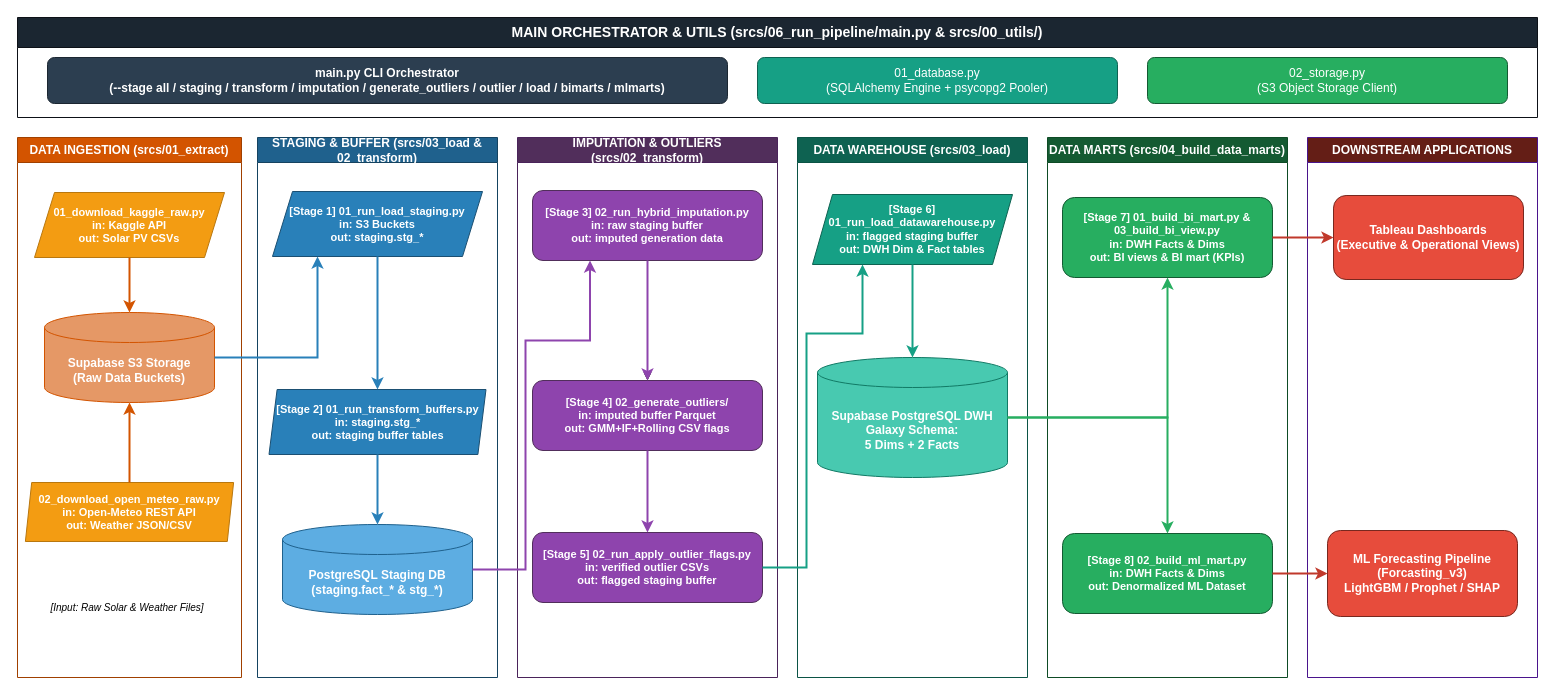
The draw.io diagram reports/diagrams/code_execution_pipeline.drawio in nguyenvunhut/solar-engergy, before the edit. Source tidied: cells renumbered, new cells numbered last; positions are measured from the earlier drawing's top-left corner, leaving out a move shared by most shapes. Both pictures are drawn from the tidied source at 100%, with x=0, y=0 at pixel (17, 17).
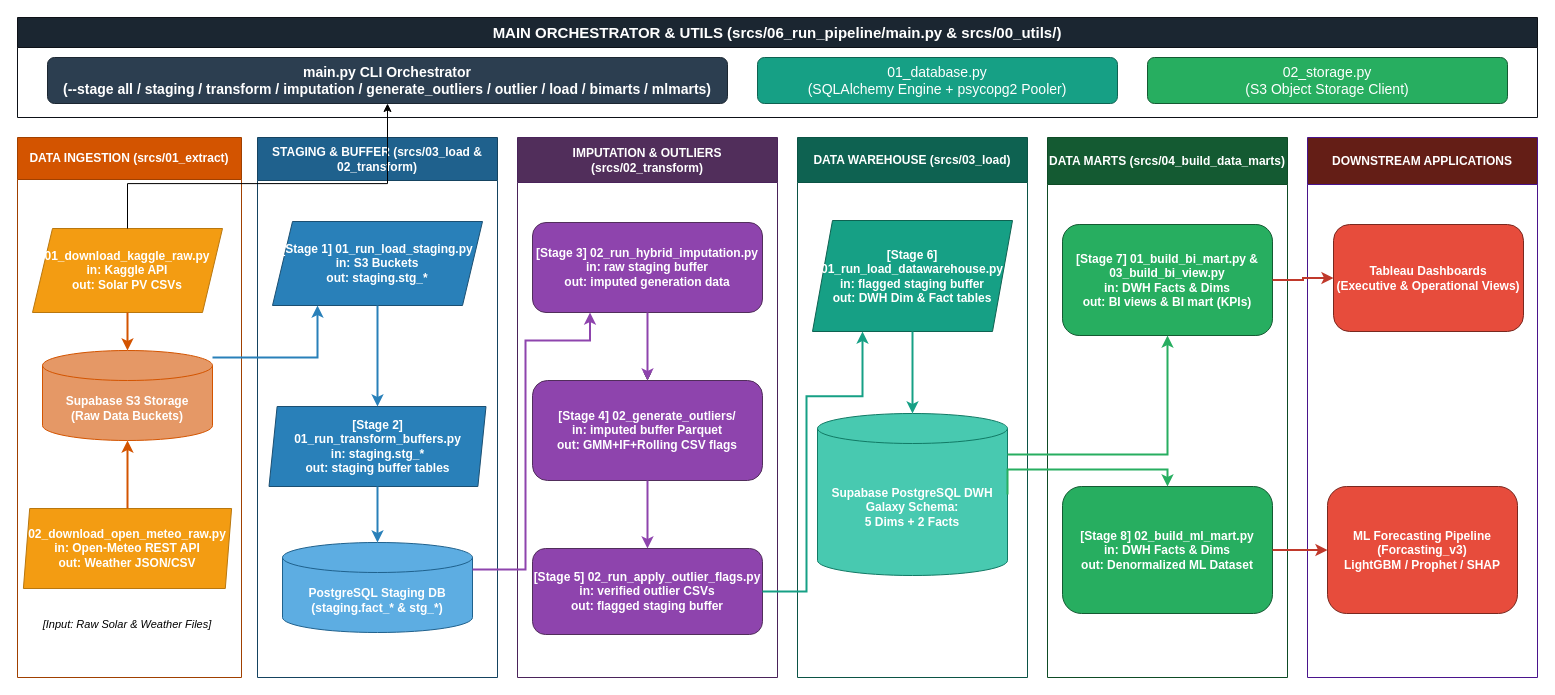
The same diagram, later.

Diff of the diagram source:
```diff
@@
-    <mxCell id="2" value="MAIN ORCHESTRATOR &amp; UTILS (srcs/06_run_pipeline/main.py &amp; srcs/00_utils/)" style="swimlane;whiteSpace=wrap;html=1;startSize=30;fillColor=#1B2631;strokeColor=#0D1117;fontColor=#ffffff;fontStyle=1;fontSize=14;" parent="1" vertex="1">
+    <mxCell id="2" value="&lt;font style=&quot;font-size: 15px;&quot;&gt;MAIN ORCHESTRATOR &amp;amp; UTILS (srcs/06_run_pipeline/main.py &amp;amp; srcs/00_utils/)&lt;/font&gt;" style="swimlane;whiteSpace=wrap;html=1;startSize=30;fillColor=#1B2631;strokeColor=#0D1117;fontColor=#ffffff;fontStyle=1;fontSize=14;" parent="1" vertex="1">
       <mxGeometry width="1520" height="100" as="geometry" />
     </mxCell>
-    <mxCell id="3" value="main.py CLI Orchestrator&#10;(--stage all / staging / transform / imputation / generate_outliers / outlier / load / bimarts / mlmarts)" style="rounded=1;whiteSpace=wrap;html=1;fillColor=#2C3E50;strokeColor=#1B2631;fontColor=#ffffff;fontStyle=1;fontSize=12;" parent="2" vertex="1">
+    <mxCell id="3" value="&lt;font style=&quot;font-size: 14px;&quot;&gt;main.py CLI Orchestrator&lt;br&gt;(--stage all / staging / transform / imputation / generate_outliers / outlier / load / bimarts / mlmarts)&lt;/font&gt;" style="rounded=1;whiteSpace=wrap;html=1;fillColor=#2C3E50;strokeColor=#1B2631;fontColor=#ffffff;fontStyle=1;fontSize=12;" parent="2" vertex="1">
       <mxGeometry x="30" y="40" width="680" height="46" as="geometry" />
     </mxCell>
-    <mxCell id="4" value="01_database.py&#10;(SQLAlchemy Engine + psycopg2 Pooler)" style="rounded=1;whiteSpace=wrap;html=1;fillColor=#16A085;strokeColor=#0E6251;fontColor=#ffffff;fontSize=12;" parent="2" vertex="1">
+    <mxCell id="4" value="&lt;font style=&quot;font-size: 14px;&quot;&gt;01_database.py&lt;br&gt;(SQLAlchemy Engine + psycopg2 Pooler)&lt;/font&gt;" style="rounded=1;whiteSpace=wrap;html=1;fillColor=#16A085;strokeColor=#0E6251;fontColor=#ffffff;fontSize=12;" parent="2" vertex="1">
       <mxGeometry x="740" y="40" width="360" height="46" as="geometry" />
     </mxCell>
-    <mxCell id="5" value="02_storage.py&#10;(S3 Object Storage Client)" style="rounded=1;whiteSpace=wrap;html=1;fillColor=#27AE60;strokeColor=#145A32;fontColor=#ffffff;fontSize=12;" parent="2" vertex="1">
+    <mxCell id="5" value="&lt;font style=&quot;font-size: 14px;&quot;&gt;02_storage.py&lt;br&gt;(S3 Object Storage Client)&lt;/font&gt;" style="rounded=1;whiteSpace=wrap;html=1;fillColor=#27AE60;strokeColor=#145A32;fontColor=#ffffff;fontSize=12;" parent="2" vertex="1">
       <mxGeometry x="1130" y="40" width="360" height="46" as="geometry" />
     </mxCell>
-    <mxCell id="6" value="DATA INGESTION (srcs/01_extract)" style="swimlane;whiteSpace=wrap;html=1;startSize=25;fillColor=#D35400;strokeColor=#A04000;fontColor=#ffffff;fontStyle=1;fontSize=12;" parent="1" vertex="1">
+    <mxCell id="6" value="DATA INGESTION (srcs/01_extract)" style="swimlane;whiteSpace=wrap;html=1;startSize=42;fillColor=#D35400;strokeColor=#A04000;fontColor=#ffffff;fontStyle=1;fontSize=12;" parent="1" vertex="1">
       <mxGeometry y="120" width="224" height="540" as="geometry" />
     </mxCell>
-    <mxCell id="7" value="01_download_kaggle_raw.py&#10;in: Kaggle API&#10;out: Solar PV CSVs" style="shape=parallelogram;perimeter=parallelogramPerimeter;whiteSpace=wrap;html=1;fixedSize=1;fillColor=#F39C12;strokeColor=#B9770E;fontColor=#ffffff;fontSize=11;fontStyle=1;" parent="6" vertex="1">
-      <mxGeometry x="17" y="55" width="190" height="65" as="geometry" />
+    <mxCell id="7" value="&lt;font style=&quot;font-size: 12px;&quot;&gt;01_download_kaggle_raw.py&lt;br&gt;in: Kaggle API&lt;br&gt;out: Solar PV CSVs&lt;/font&gt;" style="shape=parallelogram;perimeter=parallelogramPerimeter;whiteSpace=wrap;html=1;fixedSize=1;fillColor=#F39C12;strokeColor=#B9770E;fontColor=#ffffff;fontSize=11;fontStyle=1;" parent="6" vertex="1">
+      <mxGeometry x="15" y="91" width="190" height="84" as="geometry" />
     </mxCell>
-    <mxCell id="8" value="02_download_open_meteo_raw.py&#10;in: Open-Meteo REST API&#10;out: Weather JSON/CSV" style="shape=parallelogram;perimeter=parallelogramPerimeter;whiteSpace=wrap;html=1;fixedSize=1;fillColor=#F39C12;strokeColor=#B9770E;fontColor=#ffffff;fontSize=11;fontStyle=1;size=6.3011246744791976;" parent="6" vertex="1">
-      <mxGeometry x="7.9" y="345" width="208.2" height="59" as="geometry" />
+    <mxCell id="8" value="&lt;font style=&quot;font-size: 12px;&quot;&gt;02_download_open_meteo_raw.py&lt;br&gt;in: Open-Meteo REST API&lt;br&gt;out: Weather JSON/CSV&lt;/font&gt;" style="shape=parallelogram;perimeter=parallelogramPerimeter;whiteSpace=wrap;html=1;fixedSize=1;fillColor=#F39C12;strokeColor=#B9770E;fontColor=#ffffff;fontSize=11;fontStyle=1;size=6.3011246744791976;" parent="6" vertex="1">
+      <mxGeometry x="5.9" y="371" width="208.2" height="80" as="geometry" />
     </mxCell>
     <mxCell id="9" value="Supabase S3 Storage&#10;(Raw Data Buckets)" style="shape=cylinder3;whiteSpace=wrap;html=1;boundedLbl=1;backgroundOutline=1;size=15;fillColor=#E59866;strokeColor=#D35400;fontColor=#ffffff;fontStyle=1;fontSize=12;" parent="6" vertex="1">
-      <mxGeometry x="27" y="175" width="170" height="90" as="geometry" />
+      <mxGeometry x="25" y="213" width="170" height="90" as="geometry" />
     </mxCell>
-    <mxCell id="10" value="[Input: Raw Solar &amp;amp; Weather Files]" style="text;html=1;strokeColor=none;fillColor=none;align=center;verticalAlign=middle;whiteSpace=wrap;rounded=0;fontColor=#000000;fontSize=10;fontStyle=2;" parent="6" vertex="1">
-      <mxGeometry x="20" y="460" width="180" height="20" as="geometry" />
+    <mxCell id="10" value="&lt;font style=&quot;font-size: 11px;&quot;&gt;[Input: Raw Solar &amp;amp; Weather Files]&lt;/font&gt;" style="text;html=1;strokeColor=none;fillColor=none;align=center;verticalAlign=middle;whiteSpace=wrap;rounded=0;fontColor=#000000;fontSize=10;fontStyle=2;" parent="6" vertex="1">
+      <mxGeometry x="20" y="477" width="180" height="20" as="geometry" />
     </mxCell>
@@
-    <mxCell id="13" value="STAGING &amp; BUFFER (srcs/03_load &amp; 02_transform)" style="swimlane;whiteSpace=wrap;html=1;startSize=25;fillColor=#1F618D;strokeColor=#154360;fontColor=#ffffff;fontStyle=1;fontSize=12;" parent="1" vertex="1">
+    <mxCell id="13" value="STAGING &amp; BUFFER (srcs/03_load &amp; 02_transform)" style="swimlane;whiteSpace=wrap;html=1;startSize=43;fillColor=#1F618D;strokeColor=#154360;fontColor=#ffffff;fontStyle=1;fontSize=12;" parent="1" vertex="1">
       <mxGeometry x="240" y="120" width="240" height="540" as="geometry" />
     </mxCell>
-    <mxCell id="14" value="[Stage 1] 01_run_load_staging.py&#10;in: S3 Buckets&#10;out: staging.stg_*" style="shape=parallelogram;perimeter=parallelogramPerimeter;whiteSpace=wrap;html=1;fixedSize=1;fillColor=#2980B9;strokeColor=#1B4F72;fontColor=#ffffff;fontSize=11;fontStyle=1;" parent="13" vertex="1">
-      <mxGeometry x="15" y="54" width="210" height="65" as="geometry" />
+    <mxCell id="14" value="&lt;font style=&quot;font-size: 12px;&quot;&gt;[Stage 1] 01_run_load_staging.py&lt;br&gt;in: S3 Buckets&lt;br&gt;out: staging.stg_*&lt;/font&gt;" style="shape=parallelogram;perimeter=parallelogramPerimeter;whiteSpace=wrap;html=1;fixedSize=1;fillColor=#2980B9;strokeColor=#1B4F72;fontColor=#ffffff;fontSize=11;fontStyle=1;" parent="13" vertex="1">
+      <mxGeometry x="15" y="84" width="210" height="84" as="geometry" />
     </mxCell>
-    <mxCell id="15" value="[Stage 2] 01_run_transform_buffers.py&#10;in: staging.stg_*&#10;out: staging buffer tables" style="shape=parallelogram;perimeter=parallelogramPerimeter;whiteSpace=wrap;html=1;fixedSize=1;fillColor=#2980B9;strokeColor=#1B4F72;fontColor=#ffffff;fontSize=11;fontStyle=1;size=8.111104329426894;" parent="13" vertex="1">
-      <mxGeometry x="11.5" y="252" width="217" height="65" as="geometry" />
+    <mxCell id="15" value="&lt;font style=&quot;font-size: 12px;&quot;&gt;[Stage 2] 01_run_transform_buffers.py&lt;br&gt;in: staging.stg_*&lt;br&gt;out: staging buffer tables&lt;/font&gt;" style="shape=parallelogram;perimeter=parallelogramPerimeter;whiteSpace=wrap;html=1;fixedSize=1;fillColor=#2980B9;strokeColor=#1B4F72;fontColor=#ffffff;fontSize=11;fontStyle=1;size=8.111104329426894;" parent="13" vertex="1">
+      <mxGeometry x="11.5" y="269" width="217" height="80" as="geometry" />
     </mxCell>
     <mxCell id="16" value="PostgreSQL Staging DB&#10;(staging.fact_* &amp; stg_*)" style="shape=cylinder3;whiteSpace=wrap;html=1;boundedLbl=1;backgroundOutline=1;size=15;fillColor=#5DADE2;strokeColor=#1F618D;fontColor=#ffffff;fontStyle=1;fontSize=12;" parent="13" vertex="1">
-      <mxGeometry x="25" y="387" width="190" height="90" as="geometry" />
+      <mxGeometry x="25" y="405" width="190" height="90" as="geometry" />
     </mxCell>
@@
-    <mxCell id="19" value="IMPUTATION &amp; OUTLIERS (srcs/02_transform)" style="swimlane;whiteSpace=wrap;html=1;startSize=25;fillColor=#512E5B;strokeColor=#4A235A;fontColor=#ffffff;fontStyle=1;fontSize=12;" parent="1" vertex="1">
+    <mxCell id="19" value="IMPUTATION &amp; OUTLIERS (srcs/02_transform)" style="swimlane;whiteSpace=wrap;html=1;startSize=45;fillColor=#512E5B;strokeColor=#4A235A;fontColor=#ffffff;fontStyle=1;fontSize=12;" parent="1" vertex="1">
       <mxGeometry x="500" y="120" width="260" height="540" as="geometry" />
     </mxCell>
@@
-    <mxCell id="21" value="[Stage 3] 02_run_hybrid_imputation.py&#10;in: raw staging buffer&#10;out: imputed generation data" style="rounded=1;whiteSpace=wrap;html=1;fillColor=#8E44AD;strokeColor=#512E5B;fontColor=#ffffff;fontSize=11;fontStyle=1;" parent="19" vertex="1">
-      <mxGeometry x="15" y="53" width="230" height="70" as="geometry" />
+    <mxCell id="21" value="&lt;font style=&quot;font-size: 12px;&quot;&gt;[Stage 3] 02_run_hybrid_imputation.py&lt;br&gt;in: raw staging buffer&lt;br&gt;out: imputed generation data&lt;/font&gt;" style="rounded=1;whiteSpace=wrap;html=1;fillColor=#8E44AD;strokeColor=#512E5B;fontColor=#ffffff;fontSize=11;fontStyle=1;" parent="19" vertex="1">
+      <mxGeometry x="15" y="85" width="230" height="90" as="geometry" />
     </mxCell>
-    <mxCell id="22" value="[Stage 4] 02_generate_outliers/&#10;in: imputed buffer Parquet&#10;out: GMM+IF+Rolling CSV flags" style="rounded=1;whiteSpace=wrap;html=1;fillColor=#8E44AD;strokeColor=#512E5B;fontColor=#ffffff;fontSize=11;fontStyle=1;" parent="19" vertex="1">
-      <mxGeometry x="15" y="243" width="230" height="70" as="geometry" />
+    <mxCell id="22" value="&lt;font style=&quot;font-size: 12px;&quot;&gt;[Stage 4] 02_generate_outliers/&lt;br&gt;in: imputed buffer Parquet&lt;br&gt;out: GMM+IF+Rolling CSV flags&lt;/font&gt;" style="rounded=1;whiteSpace=wrap;html=1;fillColor=#8E44AD;strokeColor=#512E5B;fontColor=#ffffff;fontSize=11;fontStyle=1;" parent="19" vertex="1">
+      <mxGeometry x="15" y="243" width="230" height="100" as="geometry" />
     </mxCell>
-    <mxCell id="23" value="[Stage 5] 02_run_apply_outlier_flags.py&#10;in: verified outlier CSVs&#10;out: flagged staging buffer" style="rounded=1;whiteSpace=wrap;html=1;fillColor=#8E44AD;strokeColor=#512E5B;fontColor=#ffffff;fontSize=11;fontStyle=1;" parent="19" vertex="1">
-      <mxGeometry x="15" y="395" width="230" height="70" as="geometry" />
+    <mxCell id="23" value="&lt;font style=&quot;font-size: 12px;&quot;&gt;[Stage 5] 02_run_apply_outlier_flags.py&lt;br&gt;in: verified outlier CSVs&lt;br&gt;out: flagged staging buffer&lt;/font&gt;" style="rounded=1;whiteSpace=wrap;html=1;fillColor=#8E44AD;strokeColor=#512E5B;fontColor=#ffffff;fontSize=11;fontStyle=1;" parent="19" vertex="1">
+      <mxGeometry x="15" y="411" width="230" height="86" as="geometry" />
     </mxCell>
@@
-    <mxCell id="26" value="DATA WAREHOUSE (srcs/03_load)" style="swimlane;whiteSpace=wrap;html=1;startSize=25;fillColor=#0E6251;strokeColor=#0B5345;fontColor=#ffffff;fontStyle=1;fontSize=12;" parent="1" vertex="1">
+    <mxCell id="26" value="DATA WAREHOUSE (srcs/03_load)" style="swimlane;whiteSpace=wrap;html=1;startSize=45;fillColor=#0E6251;strokeColor=#0B5345;fontColor=#ffffff;fontStyle=1;fontSize=12;" parent="1" vertex="1">
       <mxGeometry x="780" y="120" width="230" height="540" as="geometry" />
     </mxCell>
-    <mxCell id="27" value="[Stage 6] 01_run_load_datawarehouse.py&#10;in: flagged staging buffer&#10;out: DWH Dim &amp; Fact tables" style="shape=parallelogram;perimeter=parallelogramPerimeter;whiteSpace=wrap;html=1;fixedSize=1;fillColor=#16A085;strokeColor=#0E6251;fontColor=#ffffff;fontSize=11;fontStyle=1;" parent="26" vertex="1">
-      <mxGeometry x="15" y="57" width="200" height="70" as="geometry" />
+    <mxCell id="27" value="&lt;font style=&quot;font-size: 12px;&quot;&gt;[Stage 6] 01_run_load_datawarehouse.py&lt;br&gt;in: flagged staging buffer&lt;br&gt;out: DWH Dim &amp;amp; Fact tables&lt;/font&gt;" style="shape=parallelogram;perimeter=parallelogramPerimeter;whiteSpace=wrap;html=1;fixedSize=1;fillColor=#16A085;strokeColor=#0E6251;fontColor=#ffffff;fontSize=11;fontStyle=1;" parent="26" vertex="1">
+      <mxGeometry x="15" y="83" width="200" height="111" as="geometry" />
     </mxCell>
     <mxCell id="28" value="Supabase PostgreSQL DWH&#10;Galaxy Schema:&#10;5 Dims + 2 Facts" style="shape=cylinder3;whiteSpace=wrap;html=1;boundedLbl=1;backgroundOutline=1;size=15;fillColor=#48C9B0;strokeColor=#117A65;fontColor=#ffffff;fontStyle=1;fontSize=12;" parent="26" vertex="1">
-      <mxGeometry x="20" y="220" width="190" height="120" as="geometry" />
+      <mxGeometry x="20" y="276" width="190" height="162" as="geometry" />
     </mxCell>
@@
-    <mxCell id="30" value="DATA MARTS (srcs/04_build_data_marts)" style="swimlane;whiteSpace=wrap;html=1;startSize=25;fillColor=#145A32;strokeColor=#0E4B25;fontColor=#ffffff;fontStyle=1;fontSize=12;" parent="1" vertex="1">
+    <mxCell id="30" value="DATA MARTS (srcs/04_build_data_marts)" style="swimlane;whiteSpace=wrap;html=1;startSize=47;fillColor=#145A32;strokeColor=#0E4B25;fontColor=#ffffff;fontStyle=1;fontSize=12;" parent="1" vertex="1">
       <mxGeometry x="1030" y="120" width="240" height="540" as="geometry" />
     </mxCell>
-    <mxCell id="31" value="[Stage 7] 01_build_bi_mart.py &amp;&#10;03_build_bi_view.py&#10;in: DWH Facts &amp; Dims&#10;out: BI views &amp; BI mart (KPIs)" style="rounded=1;whiteSpace=wrap;html=1;fillColor=#27AE60;strokeColor=#145A32;fontColor=#ffffff;fontSize=11;fontStyle=1;" parent="30" vertex="1">
-      <mxGeometry x="15" y="60" width="210" height="80" as="geometry" />
+    <mxCell id="31" value="&lt;font style=&quot;font-size: 12px;&quot;&gt;[Stage 7] 01_build_bi_mart.py &amp;amp;&lt;br&gt;03_build_bi_view.py&lt;br&gt;in: DWH Facts &amp;amp; Dims&lt;br&gt;out: BI views &amp;amp; BI mart (KPIs)&lt;/font&gt;" style="rounded=1;whiteSpace=wrap;html=1;fillColor=#27AE60;strokeColor=#145A32;fontColor=#ffffff;fontSize=11;fontStyle=1;" parent="30" vertex="1">
+      <mxGeometry x="15" y="87" width="210" height="111" as="geometry" />
     </mxCell>
-    <mxCell id="32" value="[Stage 8] 02_build_ml_mart.py&#10;in: DWH Facts &amp; Dims&#10;out: Denormalized ML Dataset" style="rounded=1;whiteSpace=wrap;html=1;fillColor=#27AE60;strokeColor=#145A32;fontColor=#ffffff;fontSize=11;fontStyle=1;" parent="30" vertex="1">
-      <mxGeometry x="15" y="396" width="210" height="80" as="geometry" />
+    <mxCell id="32" value="&lt;font style=&quot;font-size: 12px;&quot;&gt;[Stage 8] 02_build_ml_mart.py&lt;br&gt;in: DWH Facts &amp;amp; Dims&lt;br&gt;out: Denormalized ML Dataset&lt;/font&gt;" style="rounded=1;whiteSpace=wrap;html=1;fillColor=#27AE60;strokeColor=#145A32;fontColor=#ffffff;fontSize=11;fontStyle=1;" parent="30" vertex="1">
+      <mxGeometry x="15" y="349" width="210" height="127" as="geometry" />
     </mxCell>
-    <mxCell id="33" value="DOWNSTREAM APPLICATIONS" style="swimlane;whiteSpace=wrap;html=1;startSize=25;fillColor=#641E16;strokeColor=#4A148C;fontColor=#ffffff;fontStyle=1;fontSize=12;" parent="1" vertex="1">
+    <mxCell id="33" value="DOWNSTREAM APPLICATIONS" style="swimlane;whiteSpace=wrap;html=1;startSize=47;fillColor=#641E16;strokeColor=#4A148C;fontColor=#ffffff;fontStyle=1;fontSize=12;" parent="1" vertex="1">
       <mxGeometry x="1290" y="120" width="230" height="540" as="geometry" />
     </mxCell>
     <mxCell id="34" value="Tableau Dashboards&#10;(Executive &amp; Operational Views)" style="rounded=1;whiteSpace=wrap;html=1;fillColor=#E74C3C;strokeColor=#78281F;fontColor=#ffffff;fontStyle=1;fontSize=12;" parent="33" vertex="1">
-      <mxGeometry x="26" y="58" width="190" height="84" as="geometry" />
+      <mxGeometry x="26" y="87" width="190" height="107" as="geometry" />
     </mxCell>
     <mxCell id="35" value="ML Forecasting Pipeline&#10;(Forcasting_v3)&#10;LightGBM / Prophet / SHAP" style="rounded=1;whiteSpace=wrap;html=1;fillColor=#E74C3C;strokeColor=#78281F;fontColor=#ffffff;fontStyle=1;fontSize=12;" parent="33" vertex="1">
-      <mxGeometry x="20" y="393" width="190" height="86" as="geometry" />
+      <mxGeometry x="20" y="349" width="190" height="127" as="geometry" />
     </mxCell>
@@
-    <mxCell id="38" style="edgeStyle=orthogonalEdgeStyle;rounded=0;jettySize=auto;html=1;strokeColor=#16A085;strokeWidth=2;entryX=0.25;entryY=1;entryDx=0;entryDy=0;" parent="1" edge="1" source="23" target="27">
+    <mxCell id="38" style="edgeStyle=orthogonalEdgeStyle;rounded=0;jettySize=auto;html=1;strokeColor=#16A085;strokeWidth=2;entryX=0.25;entryY=1;entryDx=0;entryDy=0;exitX=1;exitY=0.5;exitDx=0;exitDy=0;" parent="1" edge="1" source="23" target="27">
       <mxGeometry relative="1" as="geometry">
         <Array as="points">
-          <mxPoint x="789" y="550" />
-          <mxPoint x="789" y="316" />
-          <mxPoint x="845" y="316" />
+          <mxPoint x="789" y="574" />
+          <mxPoint x="789" y="378.7" />
+          <mxPoint x="845" y="378.7" />
         </Array>
       </mxGeometry>
     </mxCell>
     <mxCell id="39" style="edgeStyle=orthogonalEdgeStyle;rounded=0;jettySize=auto;html=1;strokeColor=#27AE60;strokeWidth=2;endArrow=classic;endFill=1;" parent="1" edge="1" source="28" target="31">
-      <mxGeometry relative="1" as="geometry" />
+      <mxGeometry relative="1" as="geometry">
+        <Array as="points">
+          <mxPoint x="1150" y="437" />
+        </Array>
+      </mxGeometry>
     </mxCell>
     <mxCell id="40" style="edgeStyle=orthogonalEdgeStyle;rounded=0;jettySize=auto;html=1;strokeColor=#27AE60;strokeWidth=2;exitX=1;exitY=0.5;exitDx=0;exitDy=0;exitPerimeter=0;" parent="1" edge="1" source="28" target="32">
       <mxGeometry relative="1" as="geometry">
         <Array as="points">
-          <mxPoint x="1150" y="400" />
+          <mxPoint x="990" y="451.9" />
+          <mxPoint x="1150" y="451.9" />
         </Array>
       </mxGeometry>
     </mxCell>
@@
+    <mxCell id="43" style="edgeStyle=orthogonalEdgeStyle;rounded=0;jettySize=auto;html=1;endArrow=classic;endFill=1;" parent="1" edge="1" source="7" target="3">
+      <mxGeometry relative="1" as="geometry">
+        <Array as="points">
+          <mxPoint x="110" y="166.1" />
+          <mxPoint x="370" y="166.1" />
+        </Array>
+      </mxGeometry>
+    </mxCell>
```
